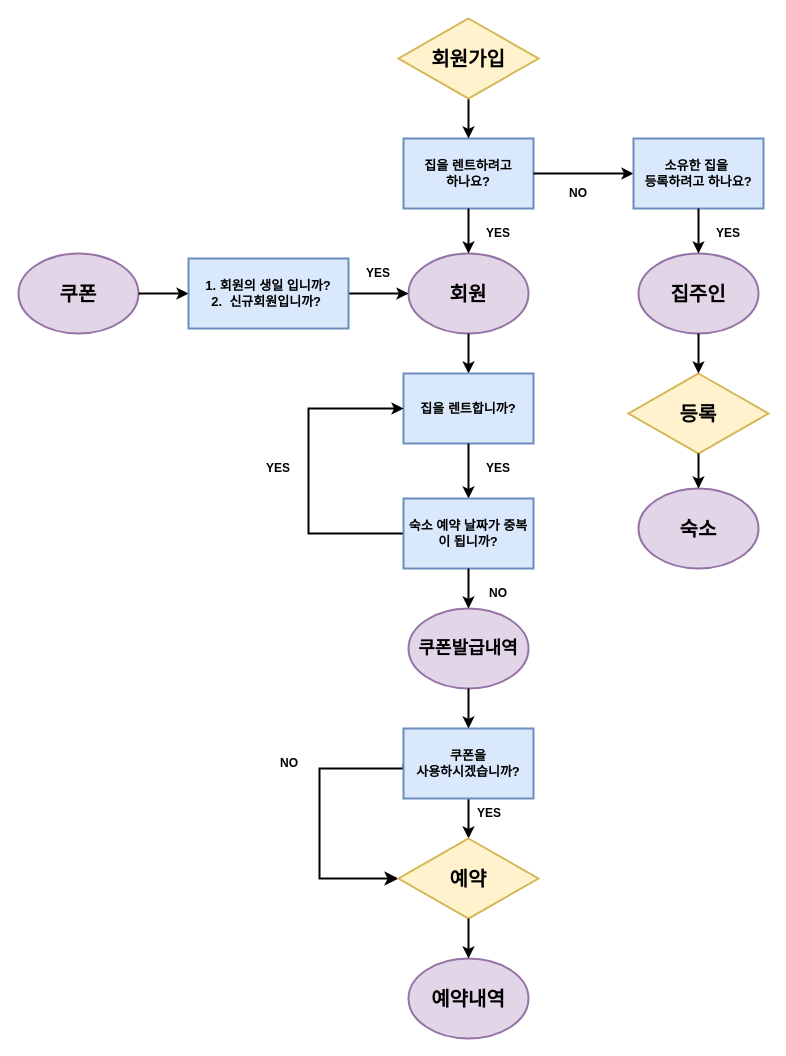
Before: 제목 없는 다이어그램.drawio in bibi-boop/test, a draw.io diagram. Source tidied: cells renumbered, new cells numbered last; positions are measured from the earlier drawing's top-left corner, leaving out a move shared by most shapes. Both pictures are drawn from the tidied source at 100%, with x=0, y=0 at pixel (18, 18).
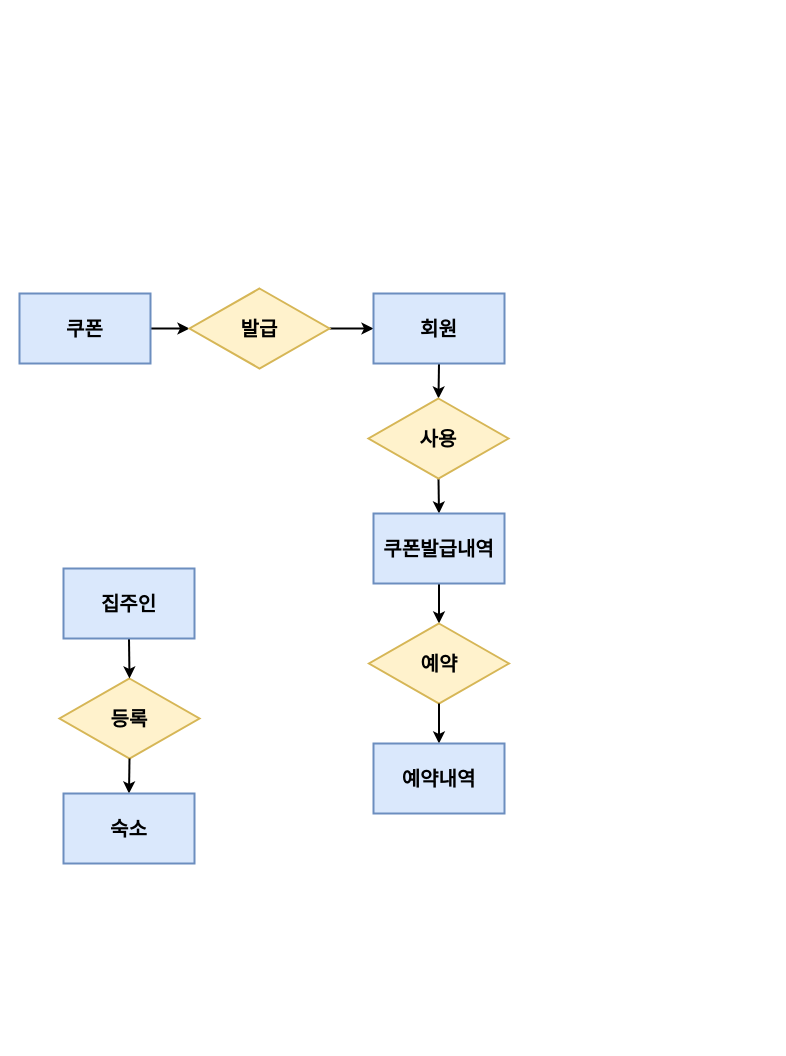
After the change.

Commit message:
제목 없는 다이어그램.drawio 업데이트

What changed in the source:
```diff
@@
-    <mxCell id="2" value="집주인" style="ellipse;whiteSpace=wrap;html=1;strokeWidth=2;fontStyle=1;fontSize=20;fillColor=#e1d5e7;strokeColor=#9673a6;" parent="1" vertex="1">
-      <mxGeometry x="620" y="235" width="120" height="80" as="geometry" />
-    </mxCell>
     <mxCell id="3" value="등록" style="rhombus;whiteSpace=wrap;html=1;strokeWidth=2;fontSize=20;fontStyle=1;fillColor=#fff2cc;strokeColor=#d6b656;" parent="1" vertex="1">
-      <mxGeometry x="610" y="355" width="140" height="80" as="geometry" />
+      <mxGeometry x="41" y="660" width="140" height="80" as="geometry" />
     </mxCell>
@@
-    <mxCell id="5" value="숙소" style="ellipse;whiteSpace=wrap;html=1;strokeWidth=2;fontStyle=1;fontSize=20;fillColor=#e1d5e7;strokeColor=#9673a6;" parent="1" vertex="1">
-      <mxGeometry x="620" y="470" width="120" height="80" as="geometry" />
-    </mxCell>
@@
-    <mxCell id="7" value="회원" style="ellipse;whiteSpace=wrap;html=1;strokeWidth=2;fontStyle=1;fontSize=20;fillColor=#e1d5e7;strokeColor=#9673a6;" parent="1" vertex="1">
-      <mxGeometry x="390" y="235" width="120" height="80" as="geometry" />
-    </mxCell>
-    <mxCell id="8" style="endArrow=classic;html=1;rounded=0;fontStyle=1;strokeWidth=2;exitX=0.5;exitY=1;exitDx=0;exitDy=0;entryX=0.5;entryY=0;entryDx=0;entryDy=0;" parent="1" edge="1" source="7" target="24">
+    <mxCell id="8" style="endArrow=classic;html=1;rounded=0;fontStyle=1;strokeWidth=2;exitX=0.5;exitY=1;exitDx=0;exitDy=0;entryX=0.5;entryY=0;entryDx=0;entryDy=0;" parent="1" edge="1" source="7" target="43">
       <mxGeometry relative="1" as="geometry" />
     </mxCell>
-    <mxCell id="9" value="예약내역" style="ellipse;whiteSpace=wrap;html=1;strokeWidth=2;fontStyle=1;fontSize=20;fillColor=#e1d5e7;strokeColor=#9673a6;" parent="1" vertex="1">
-      <mxGeometry x="390" y="940" width="120" height="80" as="geometry" />
-    </mxCell>
-    <mxCell id="10" value="쿠폰" style="ellipse;whiteSpace=wrap;html=1;strokeWidth=2;fontStyle=1;fontSize=20;fillColor=#e1d5e7;strokeColor=#9673a6;" parent="1" vertex="1">
-      <mxGeometry y="235" width="120" height="80" as="geometry" />
-    </mxCell>
-    <mxCell id="11" style="endArrow=classic;html=1;rounded=0;exitX=1;exitY=0.5;exitDx=0;exitDy=0;fontStyle=1;strokeWidth=2;entryX=0;entryY=0.5;entryDx=0;entryDy=0;" parent="1" edge="1" source="10" target="38">
+    <mxCell id="11" style="endArrow=classic;html=1;rounded=0;exitX=1;exitY=0.5;exitDx=0;exitDy=0;fontStyle=1;strokeWidth=2;entryX=0;entryY=0.5;entryDx=0;entryDy=0;" parent="1" edge="1" source="10" target="42">
       <mxGeometry relative="1" as="geometry" />
     </mxCell>
-    <mxCell id="12" style="edgeStyle=orthogonalEdgeStyle;rounded=0;jettySize=auto;html=1;strokeWidth=2;exitX=0.5;exitY=1;exitDx=0;exitDy=0;" parent="1" edge="1" source="31">
-      <mxGeometry relative="1" as="geometry">
-        <mxPoint x="450" y="820" as="targetPoint" />
-      </mxGeometry>
+    <mxCell id="12" style="edgeStyle=orthogonalEdgeStyle;rounded=0;jettySize=auto;html=1;strokeWidth=2;exitX=0.5;exitY=1;exitDx=0;exitDy=0;" parent="1" edge="1" source="13" target="40">
+      <mxGeometry relative="1" as="geometry" />
     </mxCell>
-    <mxCell id="13" value="쿠폰발급내역" style="ellipse;whiteSpace=wrap;html=1;strokeWidth=2;fontStyle=1;fontSize=18;fillColor=#e1d5e7;strokeColor=#9673a6;" parent="1" vertex="1">
-      <mxGeometry x="390" y="590" width="120" height="80" as="geometry" />
-    </mxCell>
-    <mxCell id="14" style="endArrow=classic;html=1;rounded=0;exitX=1;exitY=0.5;exitDx=0;exitDy=0;fontStyle=1;strokeWidth=2;entryX=0;entryY=0.5;entryDx=0;entryDy=0;" parent="1" edge="1" source="38" target="7">
+    <mxCell id="14" style="endArrow=classic;html=1;rounded=0;exitX=1;exitY=0.5;exitDx=0;exitDy=0;fontStyle=1;strokeWidth=2;entryX=0;entryY=0.5;entryDx=0;entryDy=0;" parent="1" edge="1" source="42" target="7">
       <mxGeometry relative="1" as="geometry" />
     </mxCell>
-    <mxCell id="15" value="집을 렌트하려고&lt;div&gt;하나요?&lt;/div&gt;" style="rounded=0;whiteSpace=wrap;html=1;strokeWidth=2;fontStyle=1;fontSize=13;fillColor=#dae8fc;strokeColor=#6c8ebf;" parent="1" vertex="1">
-      <mxGeometry x="385" y="120" width="130" height="70" as="geometry" />
-    </mxCell>
-    <mxCell id="16" style="endArrow=classic;html=1;rounded=0;exitX=0.5;exitY=1;exitDx=0;exitDy=0;entryX=0.5;entryY=0;entryDx=0;entryDy=0;strokeWidth=2;" parent="1" edge="1" target="15">
-      <mxGeometry relative="1" as="geometry">
-        <mxPoint x="450" y="80" as="sourcePoint" />
-      </mxGeometry>
-    </mxCell>
-    <mxCell id="17" style="endArrow=classic;html=1;rounded=0;exitX=0.5;exitY=1;exitDx=0;exitDy=0;entryX=0.5;entryY=0;entryDx=0;entryDy=0;strokeWidth=2;" parent="1" edge="1" source="15" target="7">
-      <mxGeometry relative="1" as="geometry" />
-    </mxCell>
-    <mxCell id="18" value="YES" style="text;html=1;align=center;verticalAlign=middle;whiteSpace=wrap;rounded=0;fontStyle=1;" parent="1" vertex="1">
-      <mxGeometry x="450" y="200" width="60" height="30" as="geometry" />
-    </mxCell>
-    <mxCell id="19" style="endArrow=classic;html=1;rounded=0;exitX=1;exitY=0.5;exitDx=0;exitDy=0;strokeWidth=2;entryX=0;entryY=0.5;entryDx=0;entryDy=0;" parent="1" edge="1" source="15" target="20">
-      <mxGeometry relative="1" as="geometry" />
-    </mxCell>
-    <mxCell id="20" value="소유한 집을&amp;nbsp;&lt;div&gt;등록하려고 하나요?&lt;/div&gt;" style="rounded=0;whiteSpace=wrap;html=1;strokeWidth=2;fontStyle=1;fontSize=13;fillColor=#dae8fc;strokeColor=#6c8ebf;" parent="1" vertex="1">
-      <mxGeometry x="615" y="120" width="130" height="70" as="geometry" />
-    </mxCell>
-    <mxCell id="21" style="endArrow=classic;html=1;rounded=0;exitX=0.5;exitY=1;exitDx=0;exitDy=0;fontStyle=1;strokeWidth=2;entryX=0.5;entryY=0;entryDx=0;entryDy=0;" parent="1" edge="1" source="20" target="2">
-      <mxGeometry relative="1" as="geometry" />
-    </mxCell>
-    <mxCell id="22" value="YES" style="text;html=1;align=center;verticalAlign=middle;whiteSpace=wrap;rounded=0;fontStyle=1;" parent="1" vertex="1">
-      <mxGeometry x="680" y="200" width="60" height="30" as="geometry" />
-    </mxCell>
-    <mxCell id="23" value="NO" style="text;html=1;align=center;verticalAlign=middle;whiteSpace=wrap;rounded=0;fontStyle=1;" parent="1" vertex="1">
-      <mxGeometry x="530" y="160" width="60" height="30" as="geometry" />
-    </mxCell>
-    <mxCell id="24" value="집을 렌트합니까?" style="rounded=0;whiteSpace=wrap;html=1;strokeWidth=2;fontStyle=1;fontSize=13;fillColor=#dae8fc;strokeColor=#6c8ebf;" parent="1" vertex="1">
-      <mxGeometry x="385" y="355" width="130" height="70" as="geometry" />
-    </mxCell>
-    <mxCell id="25" value="YES" style="text;html=1;align=center;verticalAlign=middle;whiteSpace=wrap;rounded=0;fontStyle=1;" parent="1" vertex="1">
-      <mxGeometry x="441" y="780" width="60" height="30" as="geometry" />
-    </mxCell>
-    <mxCell id="26" value="NO" style="text;html=1;align=center;verticalAlign=middle;whiteSpace=wrap;rounded=0;fontStyle=1;" parent="1" vertex="1">
-      <mxGeometry x="241" y="730" width="60" height="30" as="geometry" />
-    </mxCell>
-    <mxCell id="27" style="edgeStyle=segmentEdgeStyle;endArrow=classic;html=1;curved=0;rounded=0;endSize=8;startSize=8;sourcePerimeterSpacing=0;targetPerimeterSpacing=0;strokeWidth=2;exitX=0;exitY=0.5;exitDx=0;exitDy=0;entryX=0;entryY=0.5;entryDx=0;entryDy=0;" parent="1" edge="1" source="31" target="40">
-      <mxGeometry relative="1" as="geometry">
-        <Array as="points">
-          <mxPoint x="385" y="750" />
-          <mxPoint x="301" y="750" />
-          <mxPoint x="301" y="860" />
-        </Array>
-      </mxGeometry>
-    </mxCell>
-    <mxCell id="28" style="endArrow=classic;html=1;rounded=0;fontStyle=1;strokeWidth=2;exitX=0.5;exitY=1;exitDx=0;exitDy=0;" parent="1" edge="1" source="24">
-      <mxGeometry relative="1" as="geometry">
-        <mxPoint x="450" y="480" as="targetPoint" />
-      </mxGeometry>
-    </mxCell>
-    <mxCell id="29" value="YES" style="text;html=1;align=center;verticalAlign=middle;whiteSpace=wrap;rounded=0;fontStyle=1;" parent="1" vertex="1">
-      <mxGeometry x="450" y="435" width="60" height="30" as="geometry" />
-    </mxCell>
-    <mxCell id="30" value="회원가입" style="rhombus;whiteSpace=wrap;html=1;strokeWidth=2;fontSize=20;fontStyle=1;fillColor=#fff2cc;strokeColor=#d6b656;" parent="1" vertex="1">
-      <mxGeometry x="380" width="140" height="80" as="geometry" />
-    </mxCell>
-    <mxCell id="31" value="쿠폰을&lt;div&gt;사용하시겠습니까?&lt;/div&gt;" style="rounded=0;whiteSpace=wrap;html=1;strokeWidth=2;fontStyle=1;fontSize=13;fillColor=#dae8fc;strokeColor=#6c8ebf;" parent="1" vertex="1">
-      <mxGeometry x="385" y="710" width="130" height="70" as="geometry" />
-    </mxCell>
-    <mxCell id="32" style="endArrow=classic;html=1;rounded=0;fontStyle=1;strokeWidth=2;exitX=0.5;exitY=1;exitDx=0;exitDy=0;" parent="1" edge="1" source="13">
-      <mxGeometry relative="1" as="geometry">
-        <mxPoint x="450" y="710" as="targetPoint" />
-      </mxGeometry>
-    </mxCell>
-    <mxCell id="33" style="edgeStyle=orthogonalEdgeStyle;rounded=0;jettySize=auto;html=1;exitX=0;exitY=0.5;exitDx=0;exitDy=0;entryX=0;entryY=0.5;entryDx=0;entryDy=0;strokeWidth=2;" parent="1" edge="1" source="34" target="24">
-      <mxGeometry relative="1" as="geometry">
-        <Array as="points">
-          <mxPoint x="290" y="515" />
-          <mxPoint x="290" y="390" />
-        </Array>
-      </mxGeometry>
-    </mxCell>
-    <mxCell id="34" value="숙소 예약 날짜가 중복이 됩니까?" style="rounded=0;whiteSpace=wrap;html=1;strokeWidth=2;fontStyle=1;fontSize=13;fillColor=#dae8fc;strokeColor=#6c8ebf;" parent="1" vertex="1">
-      <mxGeometry x="385" y="480" width="130" height="70" as="geometry" />
-    </mxCell>
-    <mxCell id="35" value="YES" style="text;html=1;align=center;verticalAlign=middle;whiteSpace=wrap;rounded=0;fontStyle=1;" parent="1" vertex="1">
-      <mxGeometry x="230" y="435" width="60" height="30" as="geometry" />
-    </mxCell>
-    <mxCell id="36" style="endArrow=classic;html=1;rounded=0;fontStyle=1;strokeWidth=2;exitX=0.5;exitY=1;exitDx=0;exitDy=0;entryX=0;entryY=1;entryDx=0;entryDy=0;" parent="1" edge="1" source="34" target="37">
+    <mxCell id="36" style="endArrow=classic;html=1;rounded=0;fontStyle=1;strokeWidth=2;exitX=0.5;exitY=1;exitDx=0;exitDy=0;entryX=0.5;entryY=0;entryDx=0;entryDy=0;" parent="1" edge="1" source="43" target="13">
       <mxGeometry relative="1" as="geometry" />
     </mxCell>
-    <mxCell id="37" value="NO" style="text;html=1;align=center;verticalAlign=middle;whiteSpace=wrap;rounded=0;fontStyle=1;" parent="1" vertex="1">
-      <mxGeometry x="450" y="560" width="60" height="30" as="geometry" />
-    </mxCell>
-    <mxCell id="38" value="1. 회원의 생일 입니까?&lt;div&gt;2.&amp;nbsp; 신규회원입니까?&amp;nbsp;&lt;/div&gt;" style="rounded=0;whiteSpace=wrap;html=1;strokeWidth=2;fontStyle=1;fontSize=13;align=center;fillColor=#dae8fc;strokeColor=#6c8ebf;" parent="1" vertex="1">
-      <mxGeometry x="170" y="240" width="160" height="70" as="geometry" />
-    </mxCell>
-    <mxCell id="39" value="YES" style="text;html=1;align=center;verticalAlign=middle;whiteSpace=wrap;rounded=0;fontStyle=1;" parent="1" vertex="1">
-      <mxGeometry x="330" y="240" width="60" height="30" as="geometry" />
-    </mxCell>
     <mxCell id="40" value="예약" style="rhombus;whiteSpace=wrap;html=1;strokeWidth=2;fontSize=20;fontStyle=1;fillColor=#fff2cc;strokeColor=#d6b656;" parent="1" vertex="1">
-      <mxGeometry x="380" y="820" width="140" height="80" as="geometry" />
+      <mxGeometry x="350.5" y="605" width="140" height="80" as="geometry" />
     </mxCell>
@@
+    <mxCell id="10" value="&lt;b&gt;쿠폰&lt;/b&gt;" style="rounded=0;whiteSpace=wrap;html=1;fillColor=#dae8fc;strokeColor=#6c8ebf;strokeWidth=2;fontSize=20;" parent="1" vertex="1">
+      <mxGeometry x="1" y="275" width="131" height="70" as="geometry" />
+    </mxCell>
+    <mxCell id="7" value="&lt;b&gt;회원&lt;/b&gt;" style="rounded=0;whiteSpace=wrap;html=1;fillColor=#dae8fc;strokeColor=#6c8ebf;strokeWidth=2;fontSize=20;" parent="1" vertex="1">
+      <mxGeometry x="355" y="275" width="131" height="70" as="geometry" />
+    </mxCell>
+    <mxCell id="2" value="&lt;b&gt;집주인&lt;/b&gt;" style="rounded=0;whiteSpace=wrap;html=1;fillColor=#dae8fc;strokeColor=#6c8ebf;strokeWidth=2;fontSize=20;" parent="1" vertex="1">
+      <mxGeometry x="45" y="550" width="131" height="70" as="geometry" />
+    </mxCell>
+    <mxCell id="5" value="숙소" style="rounded=0;whiteSpace=wrap;html=1;fillColor=#dae8fc;strokeColor=#6c8ebf;strokeWidth=2;fontSize=20;fontStyle=1;" parent="1" vertex="1">
+      <mxGeometry x="45" y="775" width="131" height="70" as="geometry" />
+    </mxCell>
+    <mxCell id="13" value="쿠폰발급내역" style="rounded=0;whiteSpace=wrap;html=1;fillColor=#dae8fc;strokeColor=#6c8ebf;strokeWidth=2;fontSize=20;fontStyle=1;" parent="1" vertex="1">
+      <mxGeometry x="355" y="495" width="131" height="70" as="geometry" />
+    </mxCell>
+    <mxCell id="9" value="예약내역" style="rounded=0;whiteSpace=wrap;html=1;fillColor=#dae8fc;strokeColor=#6c8ebf;strokeWidth=2;fontSize=20;fontStyle=1;" parent="1" vertex="1">
+      <mxGeometry x="355" y="725" width="131" height="70" as="geometry" />
+    </mxCell>
+    <mxCell id="42" value="발급" style="rhombus;whiteSpace=wrap;html=1;strokeWidth=2;fontSize=20;fontStyle=1;fillColor=#fff2cc;strokeColor=#d6b656;" parent="1" vertex="1">
+      <mxGeometry x="171" y="270" width="140" height="80" as="geometry" />
+    </mxCell>
+    <mxCell id="43" value="사용" style="rhombus;whiteSpace=wrap;html=1;strokeWidth=2;fontSize=20;fontStyle=1;fillColor=#fff2cc;strokeColor=#d6b656;" parent="1" vertex="1">
+      <mxGeometry x="350" y="380" width="140" height="80" as="geometry" />
+    </mxCell>
```
